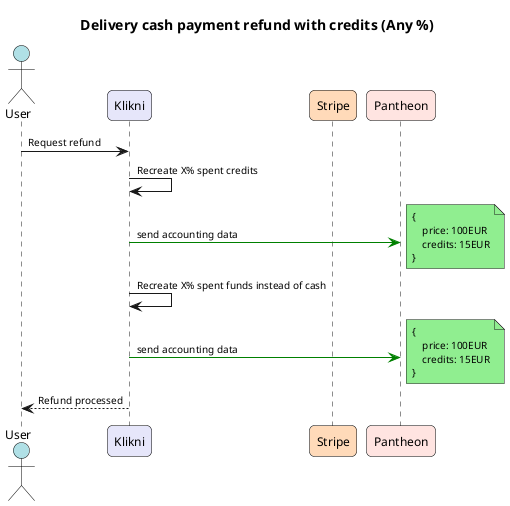
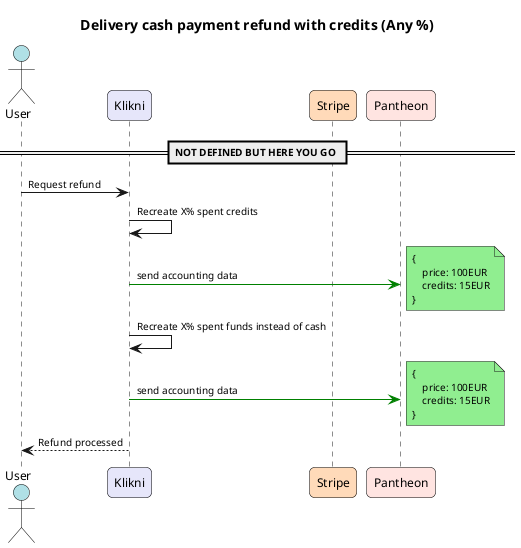
@startuml Klikni_Sequence_Diagram
title Delivery cash payment refund with credits (Any %)
' === Page / Resolution ===
' skinparam dpi 300
' skinparam pageWidth 2100
' skinparam pageHeight 1485

' === Compact Sequence Styling ===
skinparam defaultFontSize 10
skinparam sequence {
    MessageSpacing 15
    ParticipantSpacing 50
}

' === Actor / Participant Styling ===
skinparam actor {
    FontName Arial
    FontSize 12
    BorderColor Black
    BackgroundColor #ADD8E6
    RoundCorner 10
    MinWidth 120
    MinHeight 120
}

skinparam participant {
    FontName Arial
    FontSize 12
    BorderColor Black
    RoundCorner 10
    MinWidth 140
    MinHeight 100
}

' === Participant Colors ===
' Use stereotypes for coloring specific entities
actor User as user #B0E0E6
participant Klikni as klikni #E6E6FA
participant Stripe as stripe #FFDAB9
participant Pantheon as pantheon #FFE4E1

' === Sequence Example ===
+ == NOT DEFINED BUT HERE YOU GO ==
user -> klikni: Request refund
klikni -> klikni: Recreate X% spent credits
klikni -[#green]> pantheon: send accounting data
note right #LightGreen
{
    price: 100EUR
    credits: 15EUR
}
end note

klikni -> klikni: Recreate X% spent funds instead of cash
klikni -[#green]> pantheon: send accounting data
note right #LightGreen
{
    price: 100EUR
    credits: 15EUR
}
end note

klikni --> user: Refund processed

@enduml